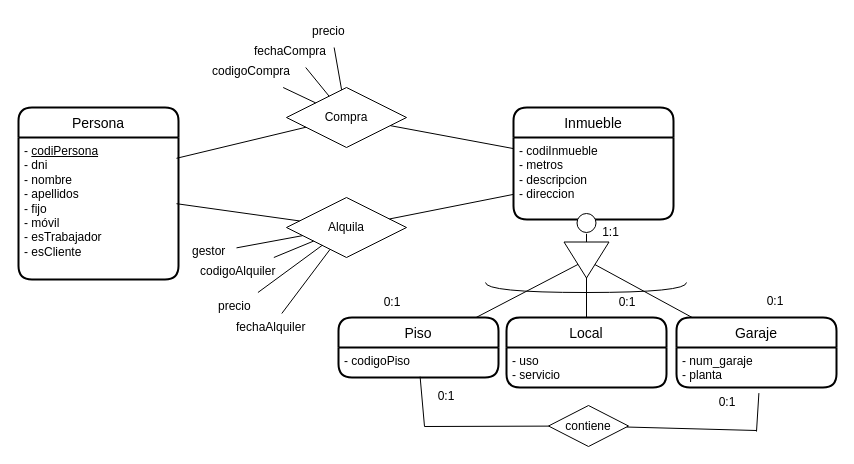
Above: ex18.drawio in JuanMarinG/TA12_MYSQL (draw.io), before the change. Source tidied: cells renumbered, new cells numbered last; positions are measured from the earlier drawing's top-left corner, leaving out a move shared by most shapes. Both pictures are drawn from the tidied source at 100%, with x=0, y=0 at pixel (18, 17).
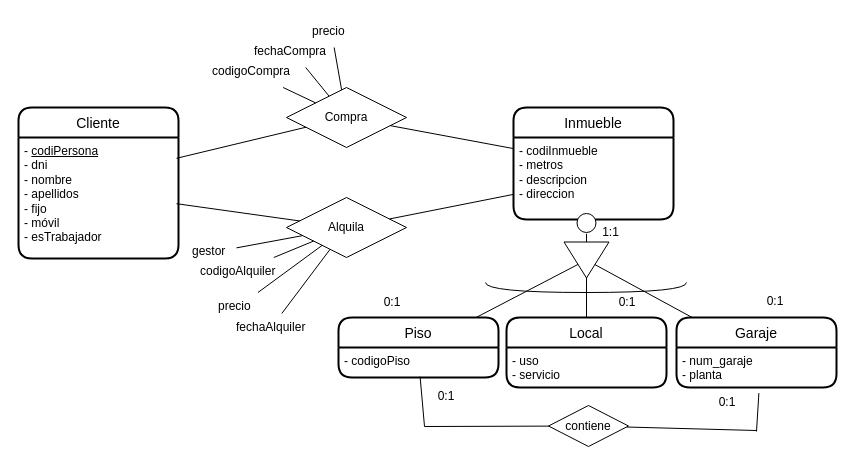
Above is the later version.

The edit, as a diff of the source:
```diff
@@
-    <mxCell id="2" value="Persona" style="swimlane;horizontal=1;startSize=30;rounded=1;fontSize=14;fontStyle=0;strokeWidth=2;shadow=0;align=center;fillStyle=auto;gradientColor=none;swimlaneFillColor=none;fillColor=default;sketch=0;glass=0;swimlaneLine=1;perimeterSpacing=0;" parent="1" vertex="1">
-      <mxGeometry y="90" width="160" height="172" as="geometry" />
+    <mxCell id="2" value="Cliente" style="swimlane;horizontal=1;startSize=30;rounded=1;fontSize=14;fontStyle=0;strokeWidth=2;shadow=0;align=center;fillStyle=auto;gradientColor=none;swimlaneFillColor=none;fillColor=default;sketch=0;glass=0;swimlaneLine=1;perimeterSpacing=0;" parent="1" vertex="1">
+      <mxGeometry y="90" width="160" height="151" as="geometry" />
     </mxCell>
-    <mxCell id="3" value="- &lt;u&gt;codiPersona&lt;br&gt;&lt;/u&gt;- dni&lt;br&gt;- nombre&lt;br&gt;- apellidos&lt;br&gt;- fijo&lt;br&gt;&lt;div&gt;- móvil&lt;/div&gt;&lt;div&gt;- esTrabajador&lt;/div&gt;&lt;div&gt;- esCliente&lt;br&gt;&lt;/div&gt;&lt;div&gt;&lt;br&gt;&lt;/div&gt;" style="text;html=1;align=left;verticalAlign=top;strokeColor=none;fillColor=none;spacingLeft=4;" parent="2" vertex="1">
-      <mxGeometry y="30" width="160" height="142" as="geometry" />
+    <mxCell id="3" value="- &lt;u&gt;codiPersona&lt;br&gt;&lt;/u&gt;- dni&lt;br&gt;- nombre&lt;br&gt;- apellidos&lt;br&gt;- fijo&lt;br&gt;&lt;div&gt;- móvil&lt;/div&gt;&lt;div&gt;- esTrabajador&lt;/div&gt;&lt;div&gt;&lt;br&gt;&lt;/div&gt;" style="text;html=1;align=left;verticalAlign=top;strokeColor=none;fillColor=none;spacingLeft=4;" parent="2" vertex="1">
+      <mxGeometry y="30" width="160" height="127" as="geometry" />
     </mxCell>
     <mxCell id="4" value="&lt;br&gt;" style="text;html=1;align=left;verticalAlign=top;strokeColor=none;fillColor=none;spacingLeft=4;" parent="2" vertex="1">
-      <mxGeometry y="172" width="160" as="geometry" />
+      <mxGeometry y="157" width="160" height="-6" as="geometry" />
     </mxCell>
```
